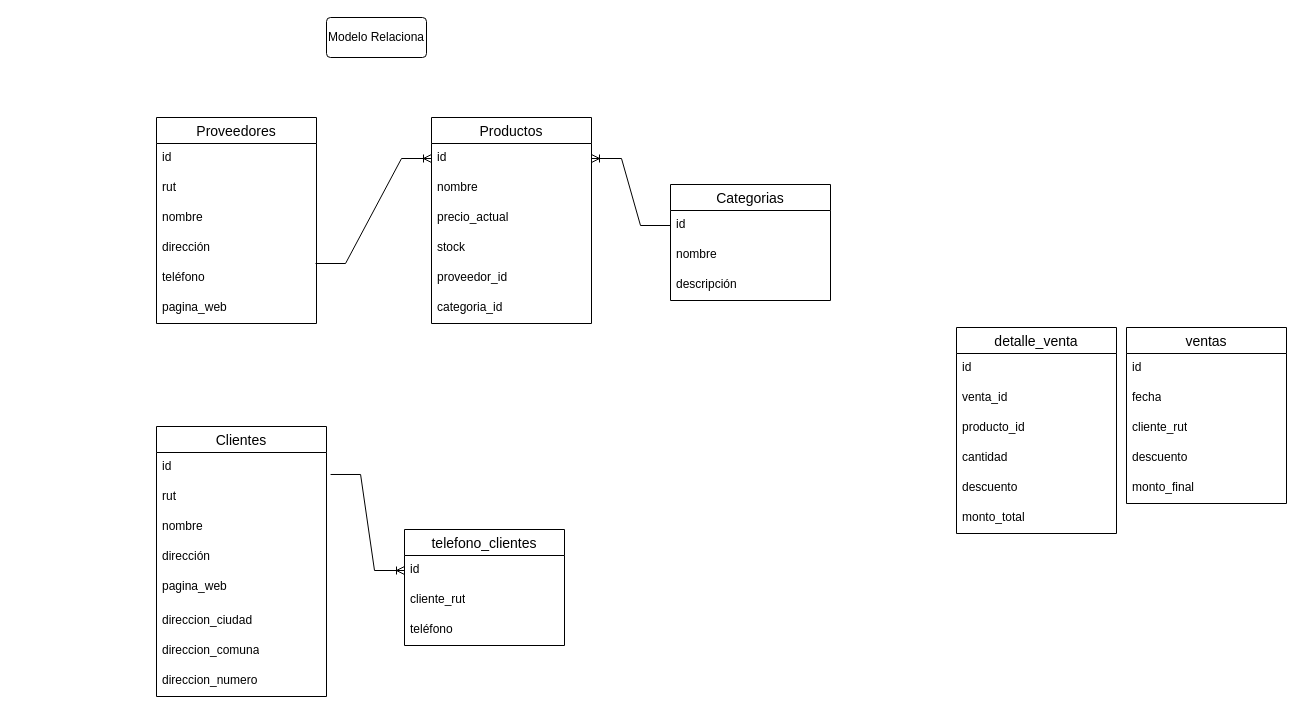
klichorf/C- keeps this draw.io diagram as Diagrama sin título.drawio. Above is the earlier version. Source tidied: cells renumbered, new cells numbered last; positions are measured from the earlier drawing's top-left corner, leaving out a move shared by most shapes. Both pictures are drawn from the tidied source at 100%, with x=0, y=0 at pixel (156, 17).
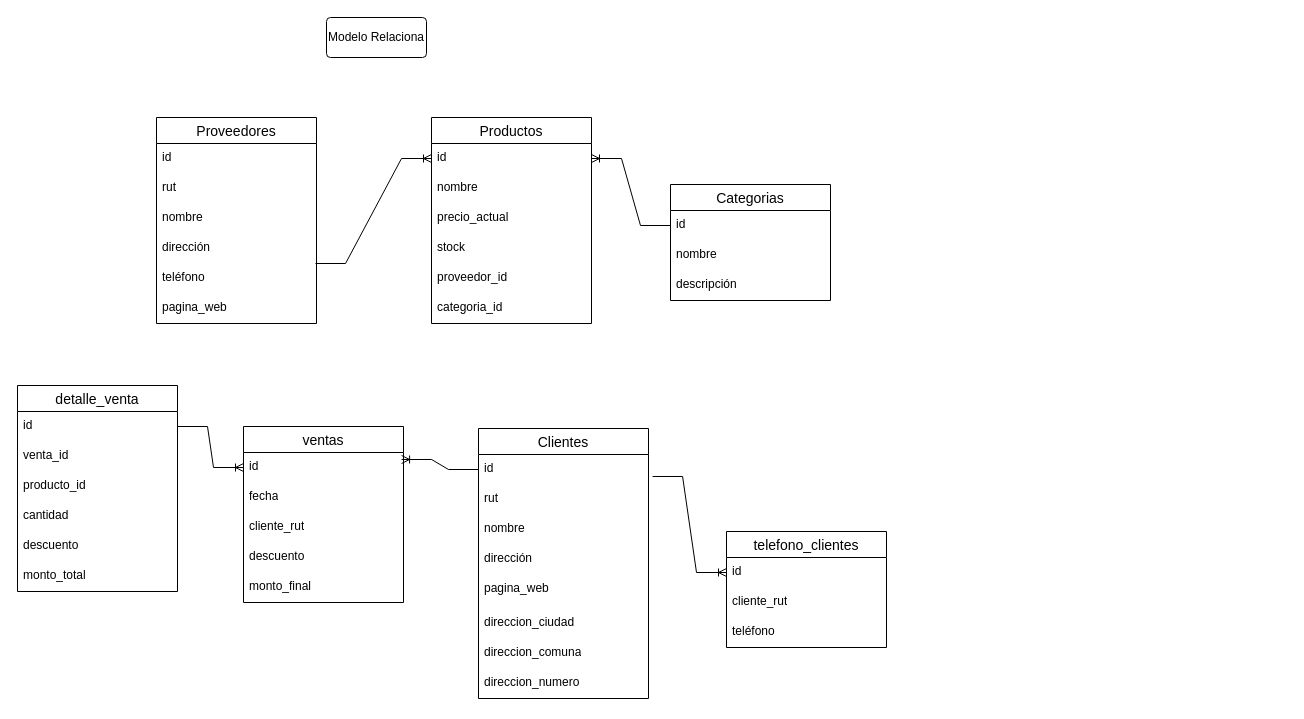
The same page after the edit.

Unchanged cells that the change refers to:
```xml
<mxCell id="22" value="id" style="text;strokeColor=none;fillColor=none;spacingLeft=4;spacingRight=4;overflow=hidden;points=[[0,0.5],[1,0.5]];portConstraint=eastwest;fontSize=12;whiteSpace=wrap;html=1;" parent="21" vertex="1">
  <mxGeometry y="26" width="170" height="30" as="geometry" />
</mxCell>
<mxCell id="35" value="id" style="text;strokeColor=none;fillColor=none;spacingLeft=4;spacingRight=4;overflow=hidden;points=[[0,0.5],[1,0.5]];portConstraint=eastwest;fontSize=12;whiteSpace=wrap;html=1;" parent="34" vertex="1">
  <mxGeometry y="26" width="160" height="30" as="geometry" />
</mxCell>
<mxCell id="41" value="id" style="text;strokeColor=none;fillColor=none;spacingLeft=4;spacingRight=4;overflow=hidden;points=[[0,0.5],[1,0.5]];portConstraint=eastwest;fontSize=12;whiteSpace=wrap;html=1;" parent="40" vertex="1">
  <mxGeometry y="26" width="160" height="30" as="geometry" />
</mxCell>
```

Change to the diagram source:
```diff
@@
     <mxCell id="21" value="Clientes" style="swimlane;fontStyle=0;horizontal=1;startSize=26;align=center;fontSize=14;" parent="1" vertex="1">
-      <mxGeometry y="409" width="170" height="270" as="geometry" />
+      <mxGeometry x="322" y="411" width="170" height="270" as="geometry" />
     </mxCell>
@@
     <mxCell id="30" value="telefono_clientes" style="swimlane;fontStyle=0;horizontal=1;startSize=26;align=center;fontSize=14;" parent="1" vertex="1">
-      <mxGeometry x="248" y="512" width="160" height="116" as="geometry" />
+      <mxGeometry x="570" y="514" width="160" height="116" as="geometry" />
     </mxCell>
@@
     <mxCell id="34" value="ventas" style="swimlane;fontStyle=0;horizontal=1;startSize=26;align=center;fontSize=14;" parent="1" vertex="1">
-      <mxGeometry x="970" y="310" width="160" height="176" as="geometry" />
+      <mxGeometry x="87" y="409" width="160" height="176" as="geometry" />
     </mxCell>
@@
     <mxCell id="40" value="detalle_venta" style="swimlane;fontStyle=0;horizontal=1;startSize=26;align=center;fontSize=14;" parent="1" vertex="1">
-      <mxGeometry x="800" y="310" width="160" height="206" as="geometry" />
+      <mxGeometry x="-139" y="368" width="160" height="206" as="geometry" />
     </mxCell>
@@
+    <mxCell id="50" style="edgeStyle=entityRelationEdgeStyle;fontSize=12;html=1;endArrow=ERoneToMany;rounded=0;entryX=0.988;entryY=0.233;entryDx=0;entryDy=0;entryPerimeter=0;" parent="1" edge="1" source="22" target="35">
+      <mxGeometry relative="1" as="geometry" />
+    </mxCell>
+    <mxCell id="51" style="edgeStyle=entityRelationEdgeStyle;fontSize=12;html=1;endArrow=ERoneToMany;rounded=0;" parent="1" edge="1" source="41" target="35">
+      <mxGeometry relative="1" as="geometry" />
+    </mxCell>
```
